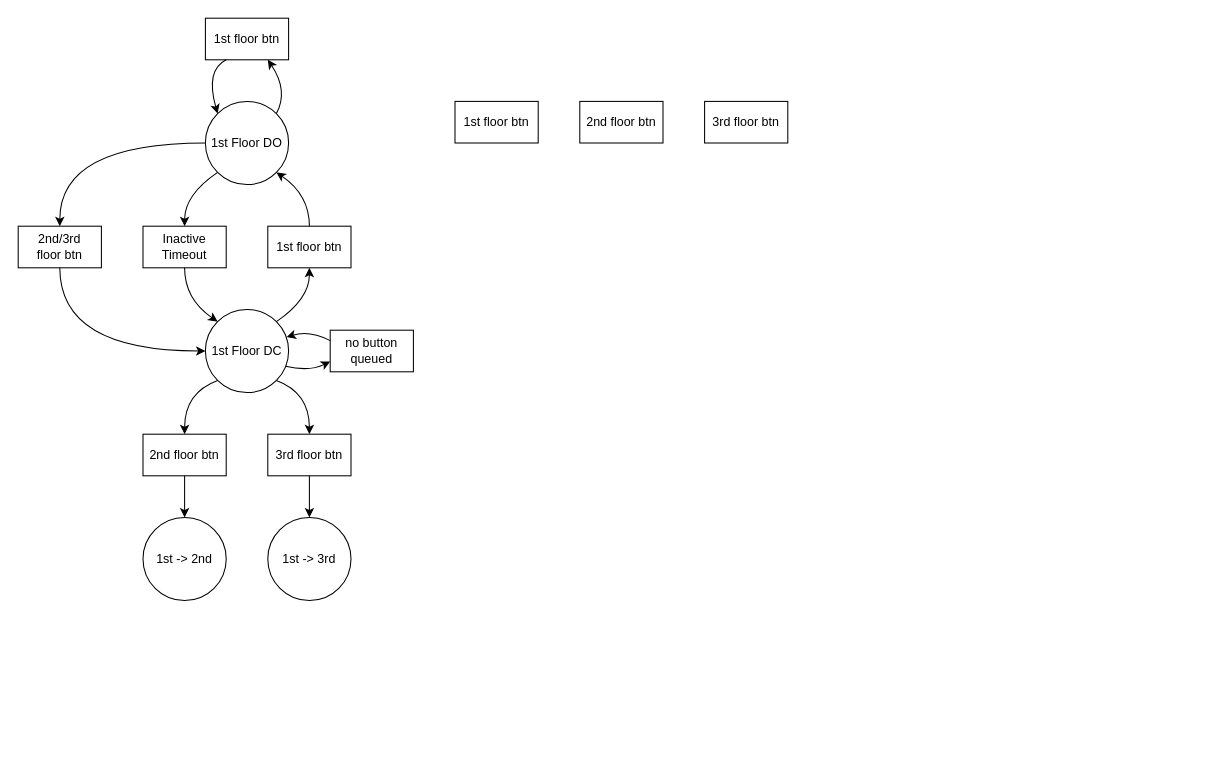
Before: documents/FSM.drawio in noahdgrant/ese-ep6-front-end, a draw.io diagram. Source tidied: cells renumbered, new cells numbered last; positions are measured from the earlier drawing's top-left corner, leaving out a move shared by most shapes. Both pictures are drawn from the tidied source at 104%, with x=0, y=0 at pixel (18, 18).
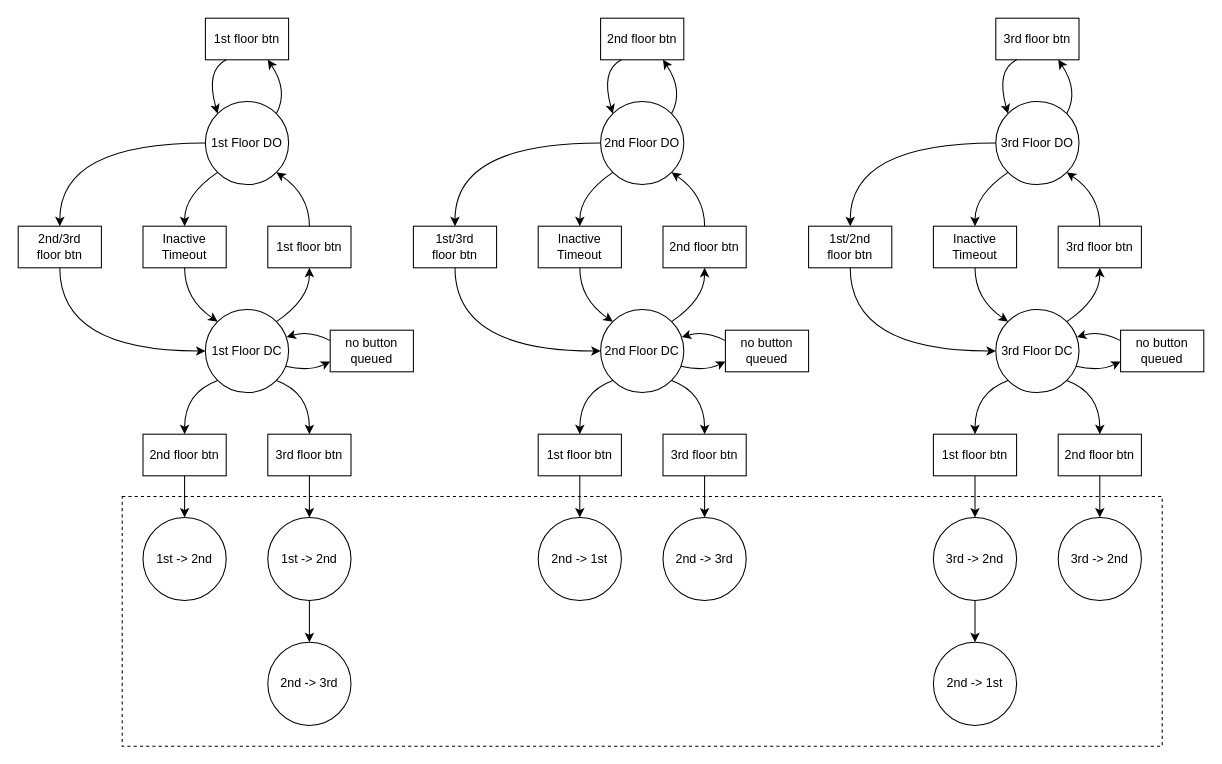
Above is the later version.

Diff of the diagram source:
```diff
@@
+    <mxCell id="30" style="rounded=0;whiteSpace=wrap;html=1;dashed=1;" parent="1" vertex="1">
+      <mxGeometry x="100" y="460" width="1000" height="240" as="geometry" />
+    </mxCell>
@@
+    <mxCell id="31" style="edgeStyle=orthogonalEdgeStyle;rounded=0;jettySize=auto;html=1;" parent="1" edge="1" source="4" target="32">
+      <mxGeometry relative="1" as="geometry" />
+    </mxCell>
-    <mxCell id="4" value="1st -&amp;gt; 3rd" style="ellipse;whiteSpace=wrap;html=1;" parent="1" vertex="1">
+    <mxCell id="4" value="1st -&amp;gt; 2nd" style="ellipse;whiteSpace=wrap;html=1;" parent="1" vertex="1">
       <mxGeometry x="240" y="480" width="80" height="80" as="geometry" />
     </mxCell>
@@
-    <mxCell id="27" value="1st floor btn" style="rounded=0;whiteSpace=wrap;html=1;" parent="1" vertex="1">
-      <mxGeometry x="420" y="80" width="80" height="40" as="geometry" />
-    </mxCell>
-    <mxCell id="28" value="2nd floor btn" style="rounded=0;whiteSpace=wrap;html=1;" parent="1" vertex="1">
-      <mxGeometry x="540" y="80" width="80" height="40" as="geometry" />
-    </mxCell>
-    <mxCell id="29" value="3rd floor btn" style="rounded=0;whiteSpace=wrap;html=1;" parent="1" vertex="1">
-      <mxGeometry x="660" y="80" width="80" height="40" as="geometry" />
-    </mxCell>
+    <mxCell id="32" value="2nd&amp;nbsp;-&amp;gt;&amp;nbsp;3rd" style="ellipse;whiteSpace=wrap;html=1;" parent="1" vertex="1">
+      <mxGeometry x="240" y="600" width="80" height="80" as="geometry" />
+    </mxCell>
+    <mxCell id="33" value="2nd&amp;nbsp;Floor DO" style="ellipse;whiteSpace=wrap;html=1;" parent="1" vertex="1">
+      <mxGeometry x="560" y="80" width="80" height="80" as="geometry" />
+    </mxCell>
+    <mxCell id="34" value="2nd&amp;nbsp;Floor DC" style="ellipse;whiteSpace=wrap;html=1;" parent="1" vertex="1">
+      <mxGeometry x="560" y="280" width="80" height="80" as="geometry" />
+    </mxCell>
+    <mxCell id="35" value="2nd floor btn" style="rounded=0;whiteSpace=wrap;html=1;" parent="1" vertex="1">
+      <mxGeometry x="560" width="80" height="40" as="geometry" />
+    </mxCell>
+    <mxCell id="36" value="&lt;div&gt;1st/3rd&lt;/div&gt;&lt;div&gt;floor btn&lt;/div&gt;" style="rounded=0;whiteSpace=wrap;html=1;" parent="1" vertex="1">
+      <mxGeometry x="380" y="200" width="80" height="40" as="geometry" />
+    </mxCell>
+    <mxCell id="37" value="Inactive Timeout" style="rounded=0;whiteSpace=wrap;html=1;" parent="1" vertex="1">
+      <mxGeometry x="500" y="200" width="80" height="40" as="geometry" />
+    </mxCell>
+    <mxCell id="38" style="edgeStyle=orthogonalEdgeStyle;rounded=0;jettySize=auto;html=1;" parent="1" edge="1" source="39" target="57">
+      <mxGeometry relative="1" as="geometry" />
+    </mxCell>
+    <mxCell id="39" value="3rd floor btn" style="rounded=0;whiteSpace=wrap;html=1;" parent="1" vertex="1">
+      <mxGeometry x="620" y="400" width="80" height="40" as="geometry" />
+    </mxCell>
+    <mxCell id="40" value="2nd&amp;nbsp;floor&amp;nbsp;&lt;span style=&quot;background-color: initial;&quot;&gt;btn&lt;/span&gt;" style="rounded=0;whiteSpace=wrap;html=1;" parent="1" vertex="1">
+      <mxGeometry x="620" y="200" width="80" height="40" as="geometry" />
+    </mxCell>
+    <mxCell id="41" style="curved=1;endArrow=classic;html=1;rounded=0;entryX=0.5;entryY=0;entryDx=0;entryDy=0;exitX=0;exitY=1;exitDx=0;exitDy=0;" parent="1" edge="1" source="33" target="37">
+      <mxGeometry relative="1" as="geometry">
+        <Array as="points">
+          <mxPoint x="540" y="170" />
+        </Array>
+      </mxGeometry>
+    </mxCell>
+    <mxCell id="42" style="curved=1;endArrow=classic;html=1;rounded=0;entryX=1;entryY=1;entryDx=0;entryDy=0;exitX=0.5;exitY=0;exitDx=0;exitDy=0;" parent="1" edge="1" source="40" target="33">
+      <mxGeometry relative="1" as="geometry">
+        <Array as="points">
+          <mxPoint x="660" y="170" />
+        </Array>
+      </mxGeometry>
+    </mxCell>
+    <mxCell id="43" style="curved=1;endArrow=classic;html=1;rounded=0;entryX=0;entryY=0;entryDx=0;entryDy=0;exitX=0.5;exitY=1;exitDx=0;exitDy=0;" parent="1" edge="1" source="37" target="34">
+      <mxGeometry relative="1" as="geometry">
+        <Array as="points">
+          <mxPoint x="540" y="270" />
+        </Array>
+      </mxGeometry>
+    </mxCell>
+    <mxCell id="44" style="curved=1;endArrow=classic;html=1;rounded=0;exitX=1;exitY=0;exitDx=0;exitDy=0;entryX=0.5;entryY=1;entryDx=0;entryDy=0;" parent="1" edge="1" source="34" target="40">
+      <mxGeometry relative="1" as="geometry">
+        <Array as="points">
+          <mxPoint x="660" y="270" />
+        </Array>
+      </mxGeometry>
+    </mxCell>
+    <mxCell id="45" value="1st floor btn" style="rounded=0;whiteSpace=wrap;html=1;" parent="1" vertex="1">
+      <mxGeometry x="500" y="400" width="80" height="40" as="geometry" />
+    </mxCell>
+    <mxCell id="46" style="curved=1;endArrow=classic;html=1;rounded=0;entryX=0.5;entryY=0;entryDx=0;entryDy=0;exitX=0;exitY=1;exitDx=0;exitDy=0;" parent="1" edge="1" source="34" target="45">
+      <mxGeometry relative="1" as="geometry">
+        <Array as="points">
+          <mxPoint x="540" y="360" />
+        </Array>
+      </mxGeometry>
+    </mxCell>
+    <mxCell id="47" style="curved=1;endArrow=classic;html=1;rounded=0;entryX=0.5;entryY=0;entryDx=0;entryDy=0;exitX=1;exitY=1;exitDx=0;exitDy=0;" parent="1" edge="1" source="34" target="39">
+      <mxGeometry relative="1" as="geometry">
+        <Array as="points">
+          <mxPoint x="660" y="360" />
+        </Array>
+      </mxGeometry>
+    </mxCell>
+    <mxCell id="48" style="curved=1;endArrow=classic;html=1;rounded=0;entryX=0.5;entryY=0;entryDx=0;entryDy=0;exitX=0.5;exitY=1;exitDx=0;exitDy=0;" parent="1" edge="1" source="45" target="53">
+      <mxGeometry relative="1" as="geometry" />
+    </mxCell>
+    <mxCell id="49" style="curved=1;endArrow=classic;html=1;rounded=0;entryX=0.75;entryY=1;entryDx=0;entryDy=0;exitX=1;exitY=0;exitDx=0;exitDy=0;" parent="1" edge="1" source="33" target="35">
+      <mxGeometry relative="1" as="geometry">
+        <Array as="points">
+          <mxPoint x="640" y="70" />
+        </Array>
+      </mxGeometry>
+    </mxCell>
+    <mxCell id="50" style="curved=1;endArrow=classic;html=1;rounded=0;entryX=0;entryY=0;entryDx=0;entryDy=0;exitX=0.25;exitY=1;exitDx=0;exitDy=0;" parent="1" edge="1" source="35" target="33">
+      <mxGeometry relative="1" as="geometry">
+        <Array as="points">
+          <mxPoint x="560" y="50" />
+        </Array>
+      </mxGeometry>
+    </mxCell>
+    <mxCell id="51" style="curved=1;endArrow=classic;html=1;rounded=0;entryX=0.5;entryY=0;entryDx=0;entryDy=0;exitX=0;exitY=0.5;exitDx=0;exitDy=0;" parent="1" edge="1" source="33" target="36">
+      <mxGeometry relative="1" as="geometry">
+        <Array as="points">
+          <mxPoint x="420" y="120" />
+        </Array>
+      </mxGeometry>
+    </mxCell>
+    <mxCell id="52" style="curved=1;endArrow=classic;html=1;rounded=0;entryX=0;entryY=0.5;entryDx=0;entryDy=0;exitX=0.5;exitY=1;exitDx=0;exitDy=0;" parent="1" edge="1" source="36" target="34">
+      <mxGeometry relative="1" as="geometry">
+        <Array as="points">
+          <mxPoint x="420" y="320" />
+        </Array>
+      </mxGeometry>
+    </mxCell>
+    <mxCell id="53" value="2nd -&amp;gt; 1st" style="ellipse;whiteSpace=wrap;html=1;" parent="1" vertex="1">
+      <mxGeometry x="500" y="480" width="80" height="80" as="geometry" />
+    </mxCell>
+    <mxCell id="54" value="no button &lt;span style=&quot;background-color: initial;&quot;&gt;queued&lt;/span&gt;" style="rounded=0;whiteSpace=wrap;html=1;" parent="1" vertex="1">
+      <mxGeometry x="680" y="300" width="80" height="40" as="geometry" />
+    </mxCell>
+    <mxCell id="55" style="curved=1;endArrow=classic;html=1;rounded=0;exitX=0.963;exitY=0.683;exitDx=0;exitDy=0;entryX=0;entryY=0.75;entryDx=0;entryDy=0;exitPerimeter=0;" parent="1" edge="1" source="34" target="54">
+      <mxGeometry relative="1" as="geometry">
+        <Array as="points">
+          <mxPoint x="660" y="340" />
+        </Array>
+      </mxGeometry>
+    </mxCell>
+    <mxCell id="56" style="curved=1;endArrow=classic;html=1;rounded=0;exitX=0;exitY=0.25;exitDx=0;exitDy=0;entryX=0.975;entryY=0.333;entryDx=0;entryDy=0;entryPerimeter=0;" parent="1" edge="1" source="54" target="34">
+      <mxGeometry relative="1" as="geometry">
+        <Array as="points">
+          <mxPoint x="660" y="300" />
+        </Array>
+      </mxGeometry>
+    </mxCell>
+    <mxCell id="57" value="2nd&amp;nbsp;-&amp;gt;&amp;nbsp;3rd" style="ellipse;whiteSpace=wrap;html=1;" parent="1" vertex="1">
+      <mxGeometry x="620" y="480" width="80" height="80" as="geometry" />
+    </mxCell>
+    <mxCell id="58" value="3rd&amp;nbsp;Floor DO" style="ellipse;whiteSpace=wrap;html=1;" parent="1" vertex="1">
+      <mxGeometry x="940" y="80" width="80" height="80" as="geometry" />
+    </mxCell>
+    <mxCell id="59" value="3rd&amp;nbsp;Floor DC" style="ellipse;whiteSpace=wrap;html=1;" parent="1" vertex="1">
+      <mxGeometry x="940" y="280" width="80" height="80" as="geometry" />
+    </mxCell>
+    <mxCell id="60" value="3rd floor btn" style="rounded=0;whiteSpace=wrap;html=1;" parent="1" vertex="1">
+      <mxGeometry x="940" width="80" height="40" as="geometry" />
+    </mxCell>
+    <mxCell id="61" value="&lt;div&gt;1st/2nd&lt;/div&gt;&lt;div&gt;floor btn&lt;/div&gt;" style="rounded=0;whiteSpace=wrap;html=1;" parent="1" vertex="1">
+      <mxGeometry x="760" y="200" width="80" height="40" as="geometry" />
+    </mxCell>
+    <mxCell id="62" value="Inactive Timeout" style="rounded=0;whiteSpace=wrap;html=1;" parent="1" vertex="1">
+      <mxGeometry x="880" y="200" width="80" height="40" as="geometry" />
+    </mxCell>
+    <mxCell id="63" style="edgeStyle=orthogonalEdgeStyle;rounded=0;jettySize=auto;html=1;" parent="1" edge="1" source="64" target="82">
+      <mxGeometry relative="1" as="geometry" />
+    </mxCell>
+    <mxCell id="64" value="2nd floor btn" style="rounded=0;whiteSpace=wrap;html=1;" parent="1" vertex="1">
+      <mxGeometry x="1000" y="400" width="80" height="40" as="geometry" />
+    </mxCell>
+    <mxCell id="65" value="3rd&amp;nbsp;floor&amp;nbsp;&lt;span style=&quot;background-color: initial;&quot;&gt;btn&lt;/span&gt;" style="rounded=0;whiteSpace=wrap;html=1;" parent="1" vertex="1">
+      <mxGeometry x="1000" y="200" width="80" height="40" as="geometry" />
+    </mxCell>
+    <mxCell id="66" style="curved=1;endArrow=classic;html=1;rounded=0;entryX=0.5;entryY=0;entryDx=0;entryDy=0;exitX=0;exitY=1;exitDx=0;exitDy=0;" parent="1" edge="1" source="58" target="62">
+      <mxGeometry relative="1" as="geometry">
+        <Array as="points">
+          <mxPoint x="920" y="170" />
+        </Array>
+      </mxGeometry>
+    </mxCell>
+    <mxCell id="67" style="curved=1;endArrow=classic;html=1;rounded=0;entryX=1;entryY=1;entryDx=0;entryDy=0;exitX=0.5;exitY=0;exitDx=0;exitDy=0;" parent="1" edge="1" source="65" target="58">
+      <mxGeometry relative="1" as="geometry">
+        <Array as="points">
+          <mxPoint x="1040" y="170" />
+        </Array>
+      </mxGeometry>
+    </mxCell>
+    <mxCell id="68" style="curved=1;endArrow=classic;html=1;rounded=0;entryX=0;entryY=0;entryDx=0;entryDy=0;exitX=0.5;exitY=1;exitDx=0;exitDy=0;" parent="1" edge="1" source="62" target="59">
+      <mxGeometry relative="1" as="geometry">
+        <Array as="points">
+          <mxPoint x="920" y="270" />
+        </Array>
+      </mxGeometry>
+    </mxCell>
+    <mxCell id="69" style="curved=1;endArrow=classic;html=1;rounded=0;exitX=1;exitY=0;exitDx=0;exitDy=0;entryX=0.5;entryY=1;entryDx=0;entryDy=0;" parent="1" edge="1" source="59" target="65">
+      <mxGeometry relative="1" as="geometry">
+        <Array as="points">
+          <mxPoint x="1040" y="270" />
+        </Array>
+      </mxGeometry>
+    </mxCell>
+    <mxCell id="70" style="edgeStyle=orthogonalEdgeStyle;rounded=0;jettySize=auto;html=1;" parent="1" edge="1" source="71" target="84">
+      <mxGeometry relative="1" as="geometry" />
+    </mxCell>
+    <mxCell id="71" value="1st floor btn" style="rounded=0;whiteSpace=wrap;html=1;" parent="1" vertex="1">
+      <mxGeometry x="880" y="400" width="80" height="40" as="geometry" />
+    </mxCell>
+    <mxCell id="72" style="curved=1;endArrow=classic;html=1;rounded=0;entryX=0.5;entryY=0;entryDx=0;entryDy=0;exitX=0;exitY=1;exitDx=0;exitDy=0;" parent="1" edge="1" source="59" target="71">
+      <mxGeometry relative="1" as="geometry">
+        <Array as="points">
+          <mxPoint x="920" y="360" />
+        </Array>
+      </mxGeometry>
+    </mxCell>
+    <mxCell id="73" style="curved=1;endArrow=classic;html=1;rounded=0;entryX=0.5;entryY=0;entryDx=0;entryDy=0;exitX=1;exitY=1;exitDx=0;exitDy=0;" parent="1" edge="1" source="59" target="64">
+      <mxGeometry relative="1" as="geometry">
+        <Array as="points">
+          <mxPoint x="1040" y="360" />
+        </Array>
+      </mxGeometry>
+    </mxCell>
+    <mxCell id="74" style="curved=1;endArrow=classic;html=1;rounded=0;entryX=0.75;entryY=1;entryDx=0;entryDy=0;exitX=1;exitY=0;exitDx=0;exitDy=0;" parent="1" edge="1" source="58" target="60">
+      <mxGeometry relative="1" as="geometry">
+        <Array as="points">
+          <mxPoint x="1020" y="70" />
+        </Array>
+      </mxGeometry>
+    </mxCell>
+    <mxCell id="75" style="curved=1;endArrow=classic;html=1;rounded=0;entryX=0;entryY=0;entryDx=0;entryDy=0;exitX=0.25;exitY=1;exitDx=0;exitDy=0;" parent="1" edge="1" source="60" target="58">
+      <mxGeometry relative="1" as="geometry">
+        <Array as="points">
+          <mxPoint x="940" y="50" />
+        </Array>
+      </mxGeometry>
+    </mxCell>
+    <mxCell id="76" style="curved=1;endArrow=classic;html=1;rounded=0;entryX=0.5;entryY=0;entryDx=0;entryDy=0;exitX=0;exitY=0.5;exitDx=0;exitDy=0;" parent="1" edge="1" source="58" target="61">
+      <mxGeometry relative="1" as="geometry">
+        <Array as="points">
+          <mxPoint x="800" y="120" />
+        </Array>
+      </mxGeometry>
+    </mxCell>
+    <mxCell id="77" style="curved=1;endArrow=classic;html=1;rounded=0;entryX=0;entryY=0.5;entryDx=0;entryDy=0;exitX=0.5;exitY=1;exitDx=0;exitDy=0;" parent="1" edge="1" source="61" target="59">
+      <mxGeometry relative="1" as="geometry">
+        <Array as="points">
+          <mxPoint x="800" y="320" />
+        </Array>
+      </mxGeometry>
+    </mxCell>
+    <mxCell id="78" value="2nd -&amp;gt; 1st" style="ellipse;whiteSpace=wrap;html=1;" parent="1" vertex="1">
+      <mxGeometry x="880" y="600" width="80" height="80" as="geometry" />
+    </mxCell>
+    <mxCell id="79" value="no button &lt;span style=&quot;background-color: initial;&quot;&gt;queued&lt;/span&gt;" style="rounded=0;whiteSpace=wrap;html=1;" parent="1" vertex="1">
+      <mxGeometry x="1060" y="300" width="80" height="40" as="geometry" />
+    </mxCell>
+    <mxCell id="80" style="curved=1;endArrow=classic;html=1;rounded=0;exitX=0.963;exitY=0.683;exitDx=0;exitDy=0;entryX=0;entryY=0.75;entryDx=0;entryDy=0;exitPerimeter=0;" parent="1" edge="1" source="59" target="79">
+      <mxGeometry relative="1" as="geometry">
+        <Array as="points">
+          <mxPoint x="1040" y="340" />
+        </Array>
+      </mxGeometry>
+    </mxCell>
+    <mxCell id="81" style="curved=1;endArrow=classic;html=1;rounded=0;exitX=0;exitY=0.25;exitDx=0;exitDy=0;entryX=0.975;entryY=0.333;entryDx=0;entryDy=0;entryPerimeter=0;" parent="1" edge="1" source="79" target="59">
+      <mxGeometry relative="1" as="geometry">
+        <Array as="points">
+          <mxPoint x="1040" y="300" />
+        </Array>
+      </mxGeometry>
+    </mxCell>
+    <mxCell id="82" value="3rd -&amp;gt; 2nd" style="ellipse;whiteSpace=wrap;html=1;" parent="1" vertex="1">
+      <mxGeometry x="1000" y="480" width="80" height="80" as="geometry" />
+    </mxCell>
+    <mxCell id="83" style="edgeStyle=orthogonalEdgeStyle;rounded=0;jettySize=auto;html=1;" parent="1" edge="1" source="84" target="78">
+      <mxGeometry relative="1" as="geometry" />
+    </mxCell>
+    <mxCell id="84" value="3rd -&amp;gt; 2nd" style="ellipse;whiteSpace=wrap;html=1;" parent="1" vertex="1">
+      <mxGeometry x="880" y="480" width="80" height="80" as="geometry" />
+    </mxCell>
```
